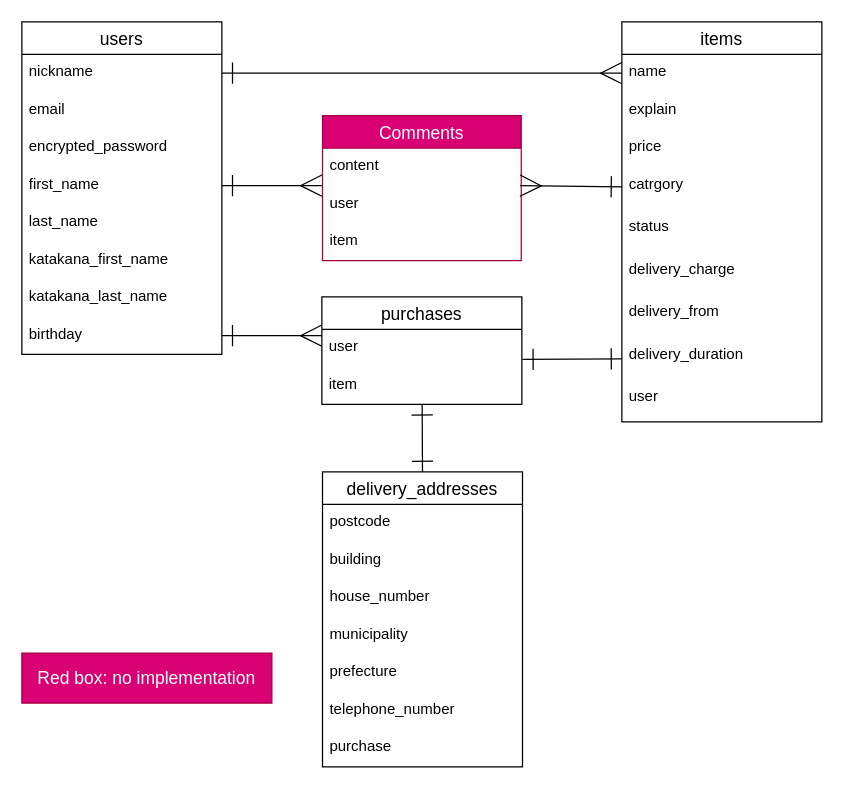
Before: ER.dio in IseUtoshi/furima-37884, a draw.io diagram. Source tidied: cells renumbered, new cells numbered last; positions are measured from the earlier drawing's top-left corner, leaving out a move shared by most shapes. Both pictures are drawn from the tidied source at 125%, with x=0, y=0 at pixel (21, 21).
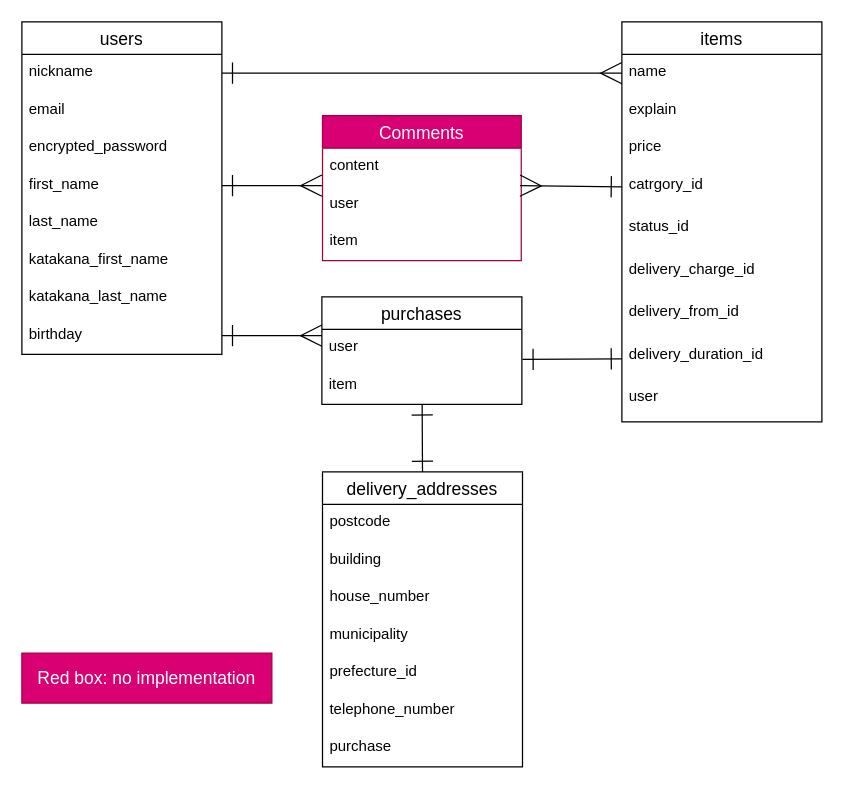
The same diagram, later.

Commit message (it also covers changes not shown here):
コメント指摘箇所の修正3

Unchanged cells that the change refers to:
```xml
<mxCell id="11" value="items" style="swimlane;fontStyle=0;horizontal=1;startSize=26;align=center;fontSize=14;" parent="1" vertex="1">
  <mxGeometry x="480" width="160" height="320" as="geometry" />
</mxCell>
<mxCell id="26" value="delivery_addresses" style="swimlane;fontStyle=0;horizontal=1;startSize=26;align=center;fontSize=14;" parent="1" vertex="1">
  <mxGeometry x="240.5" y="360" width="160" height="236" as="geometry" />
</mxCell>
```

What changed in the source:
```diff
@@
-    <mxCell id="15" value="catrgory" style="text;strokeColor=none;fillColor=none;spacingLeft=4;spacingRight=4;overflow=hidden;points=[[0,0.5],[1,0.5]];portConstraint=eastwest;fontSize=12;" parent="11" vertex="1">
+    <mxCell id="15" value="catrgory_id" style="text;strokeColor=none;fillColor=none;spacingLeft=4;spacingRight=4;overflow=hidden;points=[[0,0.5],[1,0.5]];portConstraint=eastwest;fontSize=12;" parent="11" vertex="1">
       <mxGeometry y="116" width="160" height="34" as="geometry" />
     </mxCell>
-    <mxCell id="16" value="status" style="text;strokeColor=none;fillColor=none;spacingLeft=4;spacingRight=4;overflow=hidden;fontSize=12;" parent="11" vertex="1">
+    <mxCell id="16" value="status_id" style="text;strokeColor=none;fillColor=none;spacingLeft=4;spacingRight=4;overflow=hidden;fontSize=12;" parent="11" vertex="1">
       <mxGeometry y="150" width="160" height="34" as="geometry" />
     </mxCell>
-    <mxCell id="17" value="delivery_charge" style="text;strokeColor=none;fillColor=none;spacingLeft=4;spacingRight=4;overflow=hidden;fontSize=12;" parent="11" vertex="1">
+    <mxCell id="17" value="delivery_charge_id" style="text;strokeColor=none;fillColor=none;spacingLeft=4;spacingRight=4;overflow=hidden;fontSize=12;" parent="11" vertex="1">
       <mxGeometry y="184" width="160" height="34" as="geometry" />
     </mxCell>
-    <mxCell id="18" value="delivery_from" style="text;strokeColor=none;fillColor=none;spacingLeft=4;spacingRight=4;overflow=hidden;fontSize=12;" parent="11" vertex="1">
+    <mxCell id="18" value="delivery_from_id" style="text;strokeColor=none;fillColor=none;spacingLeft=4;spacingRight=4;overflow=hidden;fontSize=12;" parent="11" vertex="1">
       <mxGeometry y="218" width="160" height="34" as="geometry" />
     </mxCell>
-    <mxCell id="19" value="delivery_duration" style="text;strokeColor=none;fillColor=none;spacingLeft=4;spacingRight=4;overflow=hidden;points=[[0,0.5],[1,0.5]];portConstraint=eastwest;fontSize=12;" parent="11" vertex="1">
+    <mxCell id="19" value="delivery_duration_id" style="text;strokeColor=none;fillColor=none;spacingLeft=4;spacingRight=4;overflow=hidden;points=[[0,0.5],[1,0.5]];portConstraint=eastwest;fontSize=12;" parent="11" vertex="1">
       <mxGeometry y="252" width="160" height="34" as="geometry" />
     </mxCell>
@@
-    <mxCell id="31" value="prefecture" style="text;strokeColor=none;fillColor=none;spacingLeft=4;spacingRight=4;overflow=hidden;fontSize=12;" parent="26" vertex="1">
+    <mxCell id="31" value="prefecture_id" style="text;strokeColor=none;fillColor=none;spacingLeft=4;spacingRight=4;overflow=hidden;fontSize=12;" parent="26" vertex="1">
       <mxGeometry y="146" width="160" height="30" as="geometry" />
     </mxCell>
```
